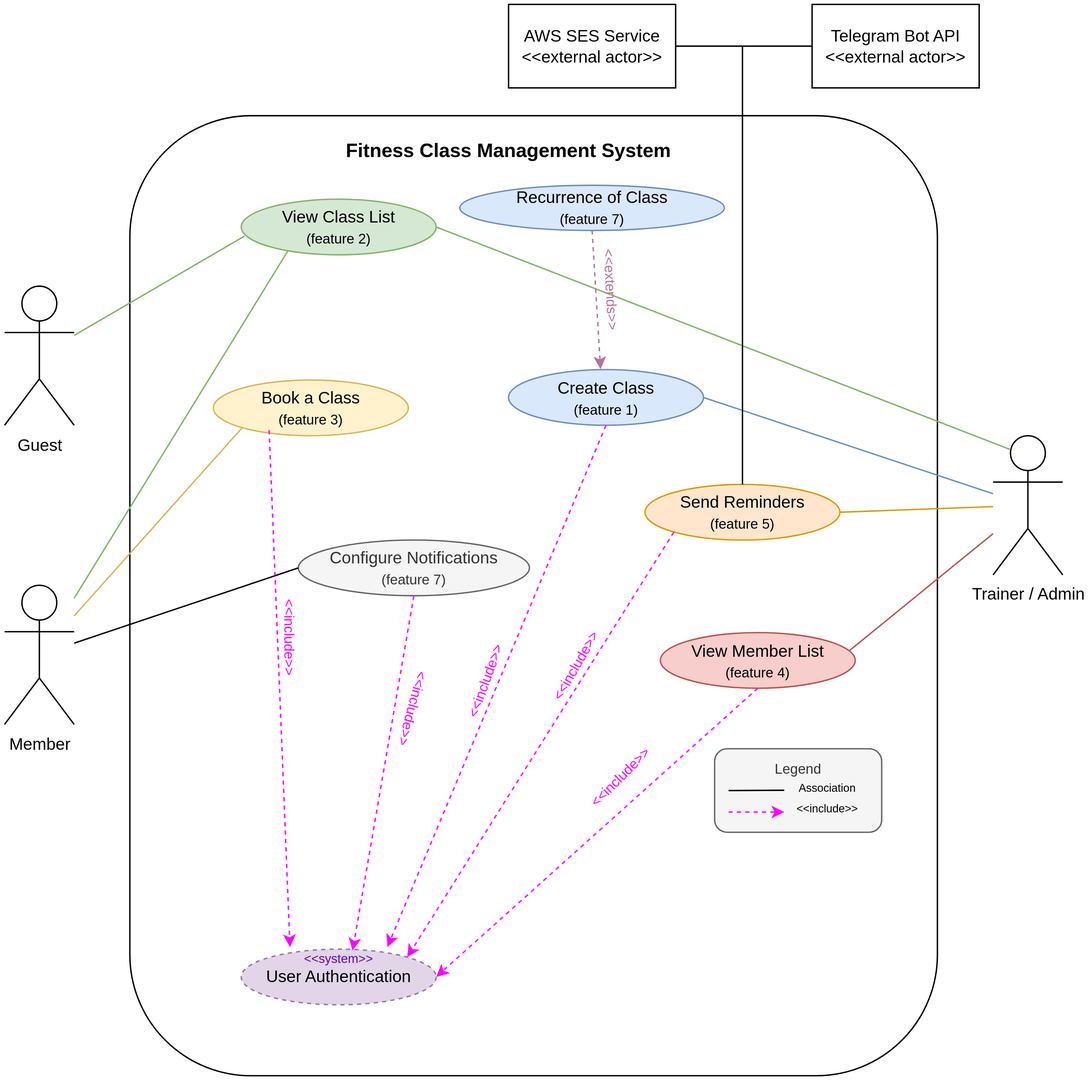
Before: reports/assets/uml_case_diagram.svg, a diagram exported from draw.io (cs-uh-2012-spring26/cs-uh-2012-software-engineering-groupproject-group_b). Source tidied: cells renumbered, new cells last; positions are measured from the earlier drawing's top-left corner, leaving out a move shared by most shapes.
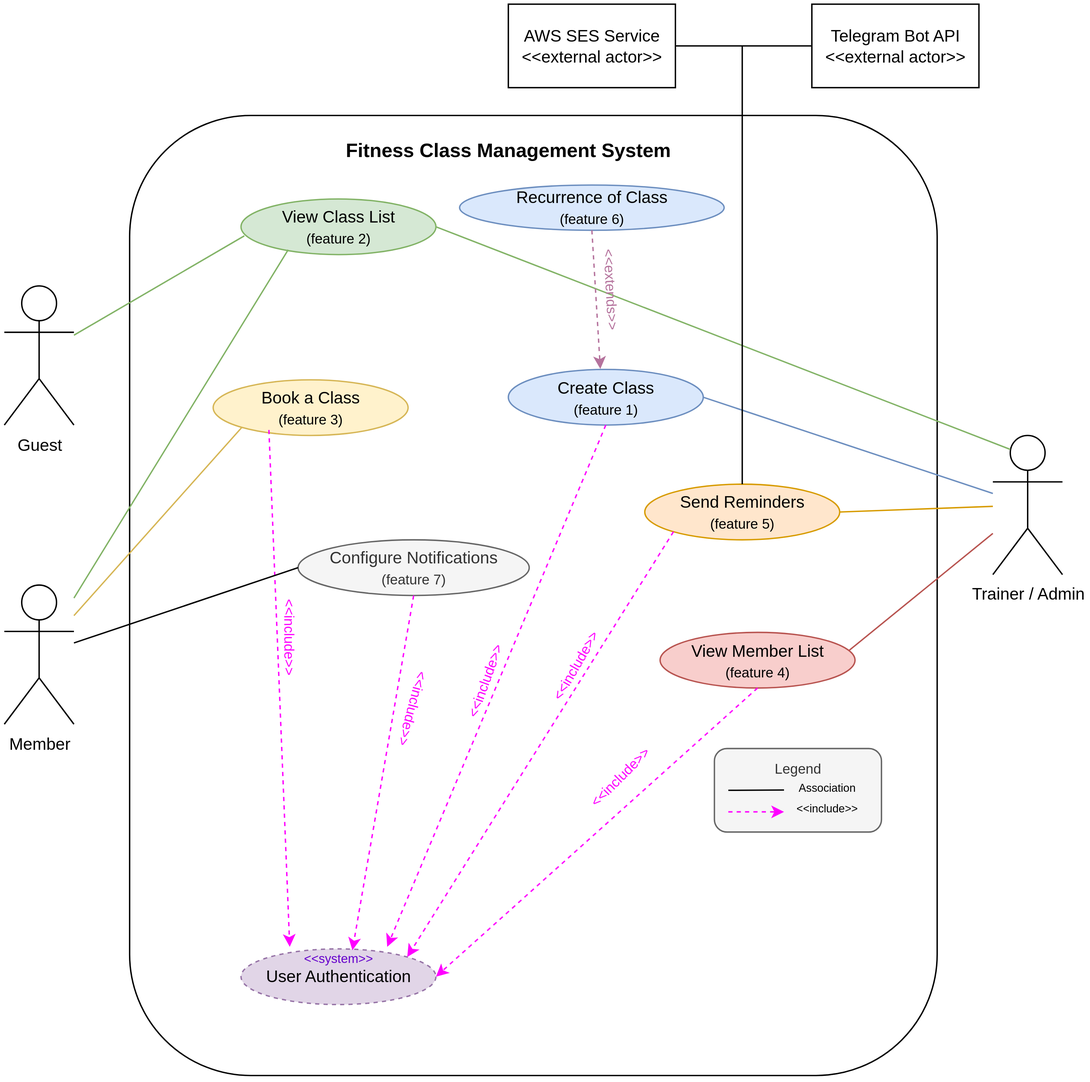
Later version of the same file.

Commit message:
Fixed Case Diagram

The edit, as a diff of the source:
```diff
@@ -132,7 +132,7 @@
     <mxCell id="41" value="&lt;font style=&quot;font-size: 10px;&quot;&gt;&amp;lt;&amp;lt;include&amp;gt;&amp;gt;&lt;/font&gt;" style="text;html=1;whiteSpace=wrap;strokeColor=none;fillColor=none;align=center;verticalAlign=middle;rounded=0;fontColor=light-dark(#fe01ff, #ededed);rotation=105;" parent="1" vertex="1">
       <mxGeometry x="254" y="491.5" width="80" height="30" as="geometry" />
     </mxCell>
-    <mxCell id="42" value="Recurrence of Class&lt;br&gt;&lt;div&gt;&lt;font size=&quot;1&quot;&gt;(feature 7)&lt;/font&gt;&lt;/div&gt;" style="ellipse;whiteSpace=wrap;html=1;fillColor=#dae8fc;strokeColor=#6c8ebf;" parent="1" vertex="1">
+    <mxCell id="42" value="Recurrence of Class&lt;br&gt;&lt;div&gt;&lt;font size=&quot;1&quot;&gt;(feature 6)&lt;/font&gt;&lt;/div&gt;" style="ellipse;whiteSpace=wrap;html=1;fillColor=#dae8fc;strokeColor=#6c8ebf;" parent="1" vertex="1">
       <mxGeometry x="327" y="130" width="190" height="32.5" as="geometry" />
     </mxCell>
     <mxCell id="43" style="endArrow=classic;html=1;rounded=0;exitX=0.5;exitY=1;exitDx=0;exitDy=0;entryX=0.472;entryY=-0.008;entryDx=0;entryDy=0;entryPerimeter=0;dashed=1;strokeColor=#B5739D;" parent="1" edge="1" source="42" target="6">
```
